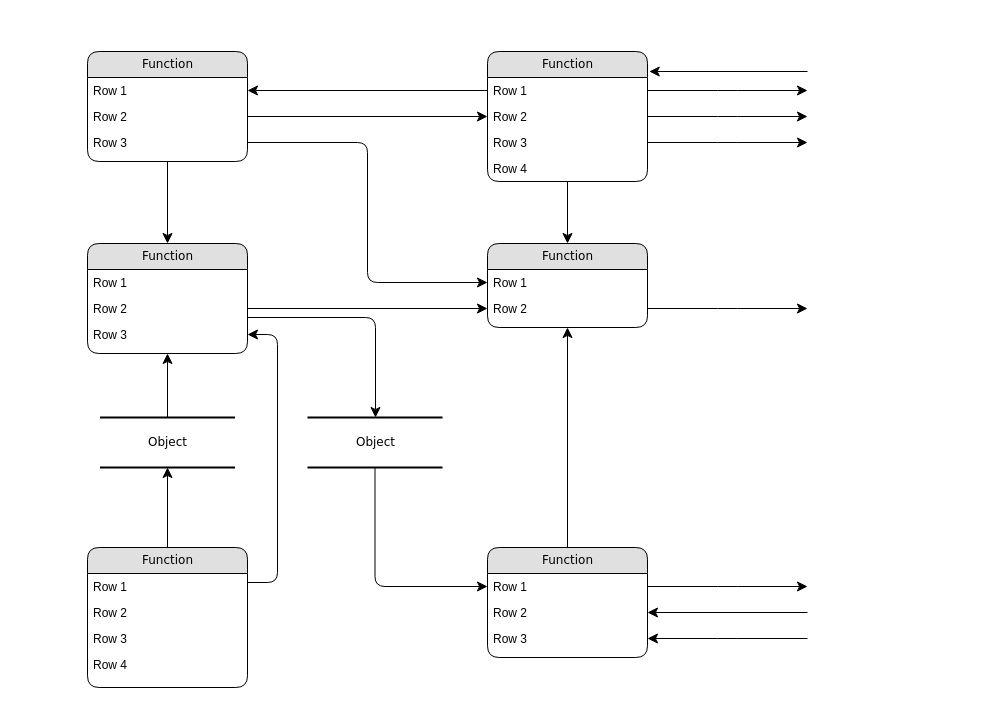
Earlier version of the draw.io diagram Untitled Diagram.drawio (DirtyDan16/App-Proj---101-To-Computer-Science). Source tidied: cells renumbered, new cells numbered last; positions are measured from the earlier drawing's top-left corner, leaving out a move shared by most shapes. Both pictures are drawn from the tidied source at 100%, with x=0, y=0 at pixel (87, 51).
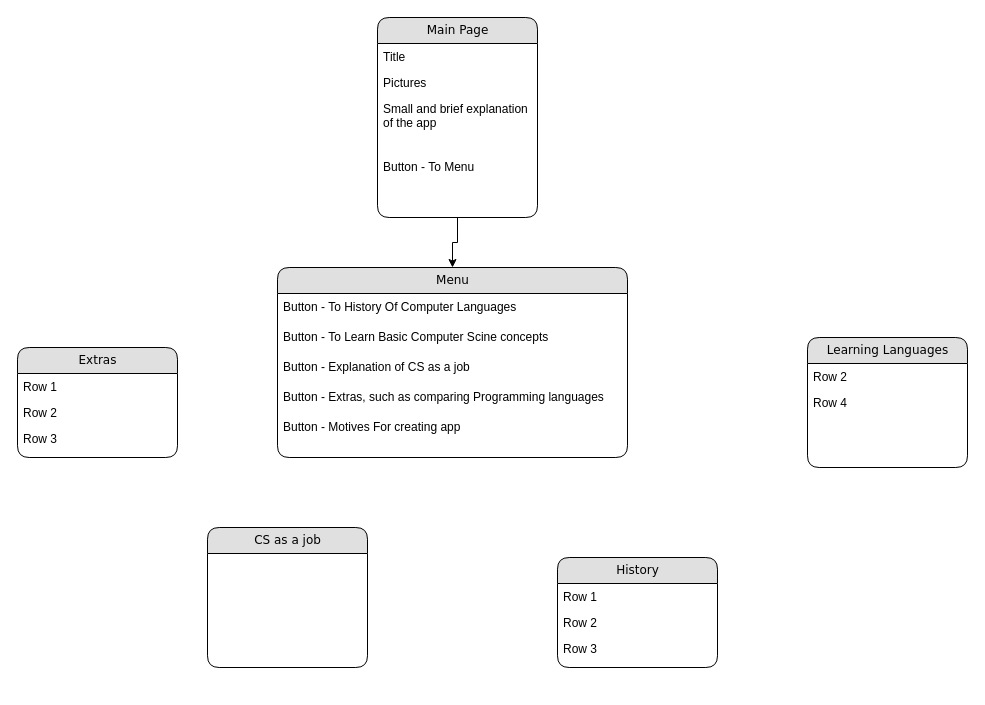
Above is the later version.

Commit message:
added to the diagram the main page and the menu

Unchanged cells that the change refers to:
```xml
<mxCell id="14" value="Row 2" style="text;html=1;strokeColor=none;fillColor=none;spacingLeft=4;spacingRight=4;whiteSpace=wrap;overflow=hidden;points=[[0,0.5],[1,0.5]];portConstraint=eastwest;" parent="12" vertex="1">
  <mxGeometry y="52" width="160" height="26" as="geometry" />
</mxCell>
<mxCell id="15" value="Row 3" style="text;html=1;strokeColor=none;fillColor=none;spacingLeft=4;spacingRight=4;whiteSpace=wrap;overflow=hidden;points=[[0,0.5],[1,0.5]];portConstraint=eastwest;" parent="12" vertex="1">
  <mxGeometry y="78" width="160" height="26" as="geometry" />
</mxCell>
<mxCell id="25" value="Row 1" style="text;html=1;strokeColor=none;fillColor=none;spacingLeft=4;spacingRight=4;whiteSpace=wrap;overflow=hidden;points=[[0,0.5],[1,0.5]];portConstraint=eastwest;" parent="24" vertex="1">
  <mxGeometry y="26" width="160" height="26" as="geometry" />
</mxCell>
<mxCell id="26" value="Row 2" style="text;html=1;strokeColor=none;fillColor=none;spacingLeft=4;spacingRight=4;whiteSpace=wrap;overflow=hidden;points=[[0,0.5],[1,0.5]];portConstraint=eastwest;" parent="24" vertex="1">
  <mxGeometry y="52" width="160" height="26" as="geometry" />
</mxCell>
<mxCell id="27" value="Row 3" style="text;html=1;strokeColor=none;fillColor=none;spacingLeft=4;spacingRight=4;whiteSpace=wrap;overflow=hidden;points=[[0,0.5],[1,0.5]];portConstraint=eastwest;" parent="24" vertex="1">
  <mxGeometry y="78" width="160" height="26" as="geometry" />
</mxCell>
```

What changed in the source:
```diff
@@
-    <mxCell id="2" value="Object" style="html=1;rounded=0;shadow=0;comic=0;labelBackgroundColor=none;strokeWidth=2;fontFamily=Verdana;fontSize=12;align=center;shape=mxgraph.ios7ui.horLines;" parent="1" vertex="1">
-      <mxGeometry x="12.5" y="366" width="135" height="50" as="geometry" />
-    </mxCell>
+    <mxCell id="49" style="edgeStyle=orthogonalEdgeStyle;rounded=0;jettySize=auto;html=1;exitX=0.5;exitY=1;exitDx=0;exitDy=0;" parent="1" edge="1" source="3" target="21">
+      <mxGeometry relative="1" as="geometry" />
+    </mxCell>
-    <mxCell id="3" value="Function" style="swimlane;html=1;fontStyle=0;horizontal=1;startSize=26;fillColor=#e0e0e0;swimlaneFillColor=#ffffff;align=center;rounded=1;shadow=0;comic=0;labelBackgroundColor=none;strokeWidth=1;fontFamily=Verdana;fontSize=12;" parent="1" vertex="1">
-      <mxGeometry width="160" height="110" as="geometry" />
+    <mxCell id="3" value="Main Page" style="swimlane;html=1;fontStyle=0;horizontal=1;startSize=26;fillColor=#e0e0e0;swimlaneFillColor=#ffffff;align=center;rounded=1;shadow=0;comic=0;labelBackgroundColor=none;strokeWidth=1;fontFamily=Verdana;fontSize=12;" parent="1" vertex="1">
+      <mxGeometry x="290" y="-34" width="160" height="200" as="geometry" />
     </mxCell>
-    <mxCell id="4" value="Row 1" style="text;html=1;strokeColor=none;fillColor=none;spacingLeft=4;spacingRight=4;whiteSpace=wrap;overflow=hidden;points=[[0,0.5],[1,0.5]];portConstraint=eastwest;" parent="3" vertex="1">
+    <mxCell id="4" value="Title" style="text;html=1;strokeColor=none;fillColor=none;spacingLeft=4;spacingRight=4;whiteSpace=wrap;overflow=hidden;points=[[0,0.5],[1,0.5]];portConstraint=eastwest;" parent="3" vertex="1">
       <mxGeometry y="26" width="160" height="26" as="geometry" />
     </mxCell>
-    <mxCell id="5" value="Row 2" style="text;html=1;strokeColor=none;fillColor=none;spacingLeft=4;spacingRight=4;whiteSpace=wrap;overflow=hidden;points=[[0,0.5],[1,0.5]];portConstraint=eastwest;" parent="3" vertex="1">
+    <mxCell id="5" value="Pictures" style="text;html=1;strokeColor=none;fillColor=none;spacingLeft=4;spacingRight=4;whiteSpace=wrap;overflow=hidden;points=[[0,0.5],[1,0.5]];portConstraint=eastwest;" parent="3" vertex="1">
       <mxGeometry y="52" width="160" height="26" as="geometry" />
     </mxCell>
-    <mxCell id="6" value="Row 3" style="text;html=1;strokeColor=none;fillColor=none;spacingLeft=4;spacingRight=4;whiteSpace=wrap;overflow=hidden;points=[[0,0.5],[1,0.5]];portConstraint=eastwest;" parent="3" vertex="1">
-      <mxGeometry y="78" width="160" height="26" as="geometry" />
+    <mxCell id="6" value="Small and brief explanation of the app&lt;div&gt;&lt;br&gt;&lt;/div&gt;&lt;div&gt;&lt;br&gt;&lt;/div&gt;&lt;div&gt;Button - To Menu&lt;/div&gt;&lt;div&gt;&lt;div&gt;&lt;br&gt;&lt;/div&gt;&lt;/div&gt;" style="text;html=1;strokeColor=none;fillColor=none;spacingLeft=4;spacingRight=4;whiteSpace=wrap;overflow=hidden;points=[[0,0.5],[1,0.5]];portConstraint=eastwest;" parent="3" vertex="1">
+      <mxGeometry y="78" width="160" height="102" as="geometry" />
     </mxCell>
-    <mxCell id="7" value="Function" style="swimlane;html=1;fontStyle=0;horizontal=1;startSize=26;fillColor=#e0e0e0;swimlaneFillColor=#ffffff;align=center;rounded=1;shadow=0;comic=0;labelBackgroundColor=none;strokeWidth=1;fontFamily=Verdana;fontSize=12;" parent="1" vertex="1">
-      <mxGeometry x="400" width="160" height="130" as="geometry" />
+    <mxCell id="7" value="Learning Languages" style="swimlane;html=1;fontStyle=0;horizontal=1;startSize=26;fillColor=#e0e0e0;swimlaneFillColor=#ffffff;align=center;rounded=1;shadow=0;comic=0;labelBackgroundColor=none;strokeWidth=1;fontFamily=Verdana;fontSize=12;" parent="1" vertex="1">
+      <mxGeometry x="720" y="286" width="160" height="130" as="geometry" />
     </mxCell>
-    <mxCell id="8" value="Row 1" style="text;html=1;strokeColor=none;fillColor=none;spacingLeft=4;spacingRight=4;whiteSpace=wrap;overflow=hidden;points=[[0,0.5],[1,0.5]];portConstraint=eastwest;" parent="7" vertex="1">
-      <mxGeometry y="26" width="160" height="26" as="geometry" />
-    </mxCell>
     <mxCell id="9" value="Row 2" style="text;html=1;strokeColor=none;fillColor=none;spacingLeft=4;spacingRight=4;whiteSpace=wrap;overflow=hidden;points=[[0,0.5],[1,0.5]];portConstraint=eastwest;" parent="7" vertex="1">
-      <mxGeometry y="52" width="160" height="26" as="geometry" />
+      <mxGeometry y="26" width="160" height="26" as="geometry" />
     </mxCell>
-    <mxCell id="10" value="Row 3" style="text;html=1;strokeColor=none;fillColor=none;spacingLeft=4;spacingRight=4;whiteSpace=wrap;overflow=hidden;points=[[0,0.5],[1,0.5]];portConstraint=eastwest;" parent="7" vertex="1">
-      <mxGeometry y="78" width="160" height="26" as="geometry" />
-    </mxCell>
     <mxCell id="11" value="Row 4" style="text;html=1;strokeColor=none;fillColor=none;spacingLeft=4;spacingRight=4;whiteSpace=wrap;overflow=hidden;" parent="7" vertex="1">
-      <mxGeometry y="104" width="160" height="26" as="geometry" />
+      <mxGeometry y="52" width="160" height="26" as="geometry" />
     </mxCell>
-    <mxCell id="12" value="Function" style="swimlane;html=1;fontStyle=0;horizontal=1;startSize=26;fillColor=#e0e0e0;swimlaneFillColor=#ffffff;align=center;rounded=1;shadow=0;comic=0;labelBackgroundColor=none;strokeWidth=1;fontFamily=Verdana;fontSize=12;" parent="1" vertex="1">
-      <mxGeometry y="192" width="160" height="110" as="geometry" />
+    <mxCell id="12" value="Extras" style="swimlane;html=1;fontStyle=0;horizontal=1;startSize=26;fillColor=#e0e0e0;swimlaneFillColor=#ffffff;align=center;rounded=1;shadow=0;comic=0;labelBackgroundColor=none;strokeWidth=1;fontFamily=Verdana;fontSize=12;" parent="1" vertex="1">
+      <mxGeometry x="-70" y="296" width="160" height="110" as="geometry" />
     </mxCell>
@@
-    <mxCell id="16" value="Function" style="swimlane;html=1;fontStyle=0;horizontal=1;startSize=26;fillColor=#e0e0e0;swimlaneFillColor=#ffffff;align=center;rounded=1;shadow=0;comic=0;labelBackgroundColor=none;strokeWidth=1;fontFamily=Verdana;fontSize=12;" parent="1" vertex="1">
-      <mxGeometry y="496" width="160" height="140" as="geometry" />
+    <mxCell id="16" value="CS as a job" style="swimlane;html=1;fontStyle=0;horizontal=1;startSize=26;fillColor=#e0e0e0;swimlaneFillColor=#ffffff;align=center;rounded=1;shadow=0;comic=0;labelBackgroundColor=none;strokeWidth=1;fontFamily=Verdana;fontSize=12;" parent="1" vertex="1">
+      <mxGeometry x="120" y="476" width="160" height="140" as="geometry" />
     </mxCell>
-    <mxCell id="17" value="Row 1" style="text;html=1;strokeColor=none;fillColor=none;spacingLeft=4;spacingRight=4;whiteSpace=wrap;overflow=hidden;" parent="16" vertex="1">
-      <mxGeometry y="26" width="160" height="26" as="geometry" />
-    </mxCell>
-    <mxCell id="18" value="Row 2" style="text;html=1;strokeColor=none;fillColor=none;spacingLeft=4;spacingRight=4;whiteSpace=wrap;overflow=hidden;" parent="16" vertex="1">
-      <mxGeometry y="52" width="160" height="26" as="geometry" />
-    </mxCell>
-    <mxCell id="19" value="Row 3" style="text;html=1;strokeColor=none;fillColor=none;spacingLeft=4;spacingRight=4;whiteSpace=wrap;overflow=hidden;" parent="16" vertex="1">
-      <mxGeometry y="78" width="160" height="26" as="geometry" />
-    </mxCell>
-    <mxCell id="20" value="Row 4" style="text;html=1;strokeColor=none;fillColor=none;spacingLeft=4;spacingRight=4;whiteSpace=wrap;overflow=hidden;" parent="16" vertex="1">
-      <mxGeometry y="104" width="160" height="26" as="geometry" />
-    </mxCell>
-    <mxCell id="21" value="Function" style="swimlane;html=1;fontStyle=0;horizontal=1;startSize=26;fillColor=#e0e0e0;swimlaneFillColor=#ffffff;align=center;rounded=1;shadow=0;comic=0;labelBackgroundColor=none;strokeWidth=1;fontFamily=Verdana;fontSize=12;" parent="1" vertex="1">
-      <mxGeometry x="400" y="192" width="160" height="84" as="geometry" />
+    <mxCell id="21" value="Menu" style="swimlane;html=1;fontStyle=0;horizontal=1;startSize=26;fillColor=#e0e0e0;swimlaneFillColor=#ffffff;align=center;rounded=1;shadow=0;comic=0;labelBackgroundColor=none;strokeWidth=1;fontFamily=Verdana;fontSize=12;" parent="1" vertex="1">
+      <mxGeometry x="190" y="216" width="350" height="190" as="geometry" />
     </mxCell>
-    <mxCell id="22" value="Row 1" style="text;html=1;strokeColor=none;fillColor=none;spacingLeft=4;spacingRight=4;whiteSpace=wrap;overflow=hidden;points=[[0,0.5],[1,0.5]];portConstraint=eastwest;" parent="21" vertex="1">
-      <mxGeometry y="26" width="160" height="26" as="geometry" />
+    <mxCell id="22" value="Button - To History Of Computer Languages" style="text;html=1;strokeColor=none;fillColor=none;spacingLeft=4;spacingRight=4;whiteSpace=wrap;overflow=hidden;points=[[0,0.5],[1,0.5]];portConstraint=eastwest;" parent="21" vertex="1">
+      <mxGeometry y="26" width="350" height="30" as="geometry" />
     </mxCell>
-    <mxCell id="23" value="Row 2" style="text;html=1;strokeColor=none;fillColor=none;spacingLeft=4;spacingRight=4;whiteSpace=wrap;overflow=hidden;points=[[0,0.5],[1,0.5]];portConstraint=eastwest;" parent="21" vertex="1">
-      <mxGeometry y="52" width="160" height="26" as="geometry" />
+    <mxCell id="23" value="Button - To Learn Basic Computer Scine concepts" style="text;html=1;strokeColor=none;fillColor=none;spacingLeft=4;spacingRight=4;whiteSpace=wrap;overflow=hidden;points=[[0,0.5],[1,0.5]];portConstraint=eastwest;" parent="21" vertex="1">
+      <mxGeometry y="56" width="350" height="30" as="geometry" />
     </mxCell>
+    <mxCell id="50" value="Button - Explanation of CS as a job" style="text;html=1;strokeColor=none;fillColor=none;spacingLeft=4;spacingRight=4;whiteSpace=wrap;overflow=hidden;" parent="21" vertex="1">
+      <mxGeometry y="86" width="350" height="30" as="geometry" />
+    </mxCell>
+    <mxCell id="51" value="Button - Extras, such as comparing Programming languages" style="text;html=1;strokeColor=none;fillColor=none;spacingLeft=4;spacingRight=4;whiteSpace=wrap;overflow=hidden;" parent="21" vertex="1">
+      <mxGeometry y="116" width="350" height="30" as="geometry" />
+    </mxCell>
+    <mxCell id="52" value="Button - Motives For creating app" style="text;html=1;strokeColor=none;fillColor=none;spacingLeft=4;spacingRight=4;whiteSpace=wrap;overflow=hidden;" parent="21" vertex="1">
+      <mxGeometry y="146" width="350" height="30" as="geometry" />
+    </mxCell>
-    <mxCell id="24" value="Function" style="swimlane;html=1;fontStyle=0;horizontal=1;startSize=26;fillColor=#e0e0e0;swimlaneFillColor=#ffffff;align=center;rounded=1;shadow=0;comic=0;labelBackgroundColor=none;strokeWidth=1;fontFamily=Verdana;fontSize=12;" parent="1" vertex="1">
-      <mxGeometry x="400" y="496" width="160" height="110" as="geometry" />
+    <mxCell id="24" value="History" style="swimlane;html=1;fontStyle=0;horizontal=1;startSize=26;fillColor=#e0e0e0;swimlaneFillColor=#ffffff;align=center;rounded=1;shadow=0;comic=0;labelBackgroundColor=none;strokeWidth=1;fontFamily=Verdana;fontSize=12;" parent="1" vertex="1">
+      <mxGeometry x="470" y="506" width="160" height="110" as="geometry" />
     </mxCell>
@@
-    <mxCell id="28" value="Object" style="html=1;rounded=0;shadow=0;comic=0;labelBackgroundColor=none;strokeWidth=2;fontFamily=Verdana;fontSize=12;align=center;shape=mxgraph.ios7ui.horLines;" parent="1" vertex="1">
-      <mxGeometry x="220" y="366" width="135" height="50" as="geometry" />
-    </mxCell>
-    <mxCell id="29" style="edgeStyle=none;html=1;labelBackgroundColor=none;startFill=0;startSize=8;endFill=1;endSize=8;fontFamily=Verdana;fontSize=12;" parent="1" edge="1" source="16" target="2">
-      <mxGeometry relative="1" as="geometry" />
-    </mxCell>
-    <mxCell id="30" style="edgeStyle=none;html=1;labelBackgroundColor=none;startFill=0;startSize=8;endFill=1;endSize=8;fontFamily=Verdana;fontSize=12;" parent="1" edge="1" source="2" target="12">
-      <mxGeometry relative="1" as="geometry" />
-    </mxCell>
-    <mxCell id="31" style="edgeStyle=orthogonalEdgeStyle;html=1;labelBackgroundColor=none;startFill=0;startSize=8;endFill=1;endSize=8;fontFamily=Verdana;fontSize=12;exitX=1;exitY=0.25;entryX=1;entryY=0.5;" parent="1" edge="1" source="16" target="15">
-      <mxGeometry relative="1" as="geometry">
-        <Array as="points">
-          <mxPoint x="190" y="531" />
-          <mxPoint x="190" y="283" />
-        </Array>
-      </mxGeometry>
-    </mxCell>
-    <mxCell id="32" style="edgeStyle=orthogonalEdgeStyle;html=1;labelBackgroundColor=none;startFill=0;startSize=8;endFill=1;endSize=8;fontFamily=Verdana;fontSize=12;" parent="1" edge="1" source="28" target="25">
-      <mxGeometry x="-0.13" y="32" relative="1" as="geometry" />
-    </mxCell>
-    <mxCell id="33" style="edgeStyle=orthogonalEdgeStyle;html=1;labelBackgroundColor=none;startFill=0;startSize=8;endFill=1;endSize=8;fontFamily=Verdana;fontSize=12;" parent="1" edge="1" source="12" target="28">
-      <mxGeometry relative="1" as="geometry">
-        <Array as="points">
-          <mxPoint x="288" y="266" />
-        </Array>
-      </mxGeometry>
-    </mxCell>
-    <mxCell id="34" style="edgeStyle=orthogonalEdgeStyle;html=1;labelBackgroundColor=none;startFill=0;startSize=8;endFill=1;endSize=8;fontFamily=Verdana;fontSize=12;" parent="1" edge="1" source="3" target="12">
-      <mxGeometry relative="1" as="geometry" />
-    </mxCell>
-    <mxCell id="35" style="edgeStyle=orthogonalEdgeStyle;html=1;labelBackgroundColor=none;startFill=0;startSize=8;endFill=1;endSize=8;fontFamily=Verdana;fontSize=12;" parent="1" edge="1" source="24" target="21">
-      <mxGeometry relative="1" as="geometry" />
-    </mxCell>
-    <mxCell id="36" style="edgeStyle=orthogonalEdgeStyle;html=1;labelBackgroundColor=none;startFill=0;startSize=8;endFill=1;endSize=8;fontFamily=Verdana;fontSize=12;" parent="1" edge="1" source="7" target="21">
-      <mxGeometry relative="1" as="geometry" />
-    </mxCell>
-    <mxCell id="37" style="edgeStyle=orthogonalEdgeStyle;html=1;entryX=0;entryY=0.5;labelBackgroundColor=none;startFill=0;startSize=8;endFill=1;endSize=8;fontFamily=Verdana;fontSize=12;exitX=1;exitY=0.5;" parent="1" edge="1" source="5" target="9">
-      <mxGeometry relative="1" as="geometry" />
-    </mxCell>
-    <mxCell id="38" style="edgeStyle=orthogonalEdgeStyle;html=1;exitX=0;exitY=0.5;entryX=1;entryY=0.5;labelBackgroundColor=none;startFill=0;startSize=8;endFill=1;endSize=8;fontFamily=Verdana;fontSize=12;" parent="1" edge="1" source="8" target="4">
-      <mxGeometry relative="1" as="geometry" />
-    </mxCell>
-    <mxCell id="39" style="edgeStyle=orthogonalEdgeStyle;html=1;exitX=1;exitY=0.5;entryX=0;entryY=0.5;labelBackgroundColor=none;startFill=0;startSize=8;endFill=1;endSize=8;fontFamily=Verdana;fontSize=12;" parent="1" edge="1" source="6" target="22">
-      <mxGeometry relative="1" as="geometry" />
-    </mxCell>
-    <mxCell id="40" style="edgeStyle=orthogonalEdgeStyle;html=1;exitX=1;exitY=0.5;entryX=0;entryY=0.5;labelBackgroundColor=none;startFill=0;startSize=8;endFill=1;endSize=8;fontFamily=Verdana;fontSize=12;" parent="1" edge="1" source="14" target="23">
-      <mxGeometry relative="1" as="geometry" />
-    </mxCell>
-    <mxCell id="41" style="edgeStyle=orthogonalEdgeStyle;html=1;labelBackgroundColor=none;startFill=0;startSize=8;endFill=1;endSize=8;fontFamily=Verdana;fontSize=12;" parent="1" edge="1" source="23">
-      <mxGeometry relative="1" as="geometry">
-        <mxPoint x="720" y="257" as="targetPoint" />
-      </mxGeometry>
-    </mxCell>
-    <mxCell id="42" style="edgeStyle=orthogonalEdgeStyle;html=1;exitX=1;exitY=0.5;labelBackgroundColor=none;startFill=0;startSize=8;endFill=1;endSize=8;fontFamily=Verdana;fontSize=12;" parent="1" edge="1" source="25">
-      <mxGeometry relative="1" as="geometry">
-        <mxPoint x="720" y="535" as="targetPoint" />
-      </mxGeometry>
-    </mxCell>
-    <mxCell id="43" style="edgeStyle=orthogonalEdgeStyle;html=1;labelBackgroundColor=none;startFill=0;startSize=8;endFill=1;endSize=8;fontFamily=Verdana;fontSize=12;entryX=1;entryY=0.5;" parent="1" edge="1" target="26">
-      <mxGeometry relative="1" as="geometry">
-        <mxPoint x="720" y="561" as="sourcePoint" />
-        <Array as="points">
-          <mxPoint x="720" y="561" />
-        </Array>
-      </mxGeometry>
-    </mxCell>
-    <mxCell id="44" style="edgeStyle=orthogonalEdgeStyle;html=1;labelBackgroundColor=none;startFill=0;startSize=8;endFill=1;endSize=8;fontFamily=Verdana;fontSize=12;entryX=1;entryY=0.5;" parent="1" edge="1" target="27">
-      <mxGeometry relative="1" as="geometry">
-        <mxPoint x="720" y="587" as="sourcePoint" />
-        <Array as="points">
-          <mxPoint x="640" y="587" />
-          <mxPoint x="640" y="587" />
-        </Array>
-      </mxGeometry>
-    </mxCell>
-    <mxCell id="45" style="edgeStyle=orthogonalEdgeStyle;html=1;exitX=1;exitY=0.5;labelBackgroundColor=none;startFill=0;startSize=8;endFill=1;endSize=8;fontFamily=Verdana;fontSize=12;" parent="1" edge="1" source="8">
-      <mxGeometry relative="1" as="geometry">
-        <mxPoint x="720" y="39" as="targetPoint" />
-      </mxGeometry>
-    </mxCell>
-    <mxCell id="46" style="edgeStyle=orthogonalEdgeStyle;html=1;exitX=1;exitY=0.5;labelBackgroundColor=none;startFill=0;startSize=8;endFill=1;endSize=8;fontFamily=Verdana;fontSize=12;" parent="1" edge="1" source="9">
-      <mxGeometry relative="1" as="geometry">
-        <mxPoint x="720" y="65" as="targetPoint" />
-      </mxGeometry>
-    </mxCell>
-    <mxCell id="47" style="edgeStyle=orthogonalEdgeStyle;html=1;exitX=1;exitY=0.5;labelBackgroundColor=none;startFill=0;startSize=8;endFill=1;endSize=8;fontFamily=Verdana;fontSize=12;" parent="1" edge="1" source="10">
-      <mxGeometry relative="1" as="geometry">
-        <mxPoint x="720" y="91" as="targetPoint" />
-      </mxGeometry>
-    </mxCell>
-    <mxCell id="48" style="edgeStyle=elbowEdgeStyle;html=1;labelBackgroundColor=none;startFill=0;startSize=8;endFill=1;endSize=8;fontFamily=Verdana;fontSize=12;elbow=vertical;entryX=1.011;entryY=0.152;entryPerimeter=0;" parent="1" edge="1" target="7">
-      <mxGeometry relative="1" as="geometry">
-        <mxPoint x="720" y="20" as="sourcePoint" />
-        <Array as="points">
-          <mxPoint x="650" y="20" />
-        </Array>
-      </mxGeometry>
-    </mxCell>
```
